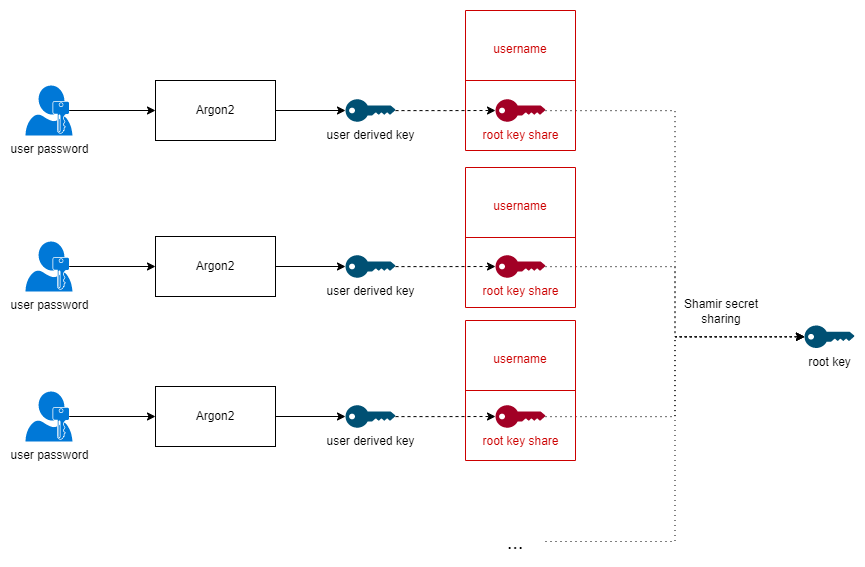
The draw.io diagram readme-images/Storage root key shares.drawio.png in damienmaier/encrypted-vault, before a commit. Source tidied: cells renumbered, new cells last; positions are measured from the earlier drawing's top-left corner, leaving out a move shared by most shapes.
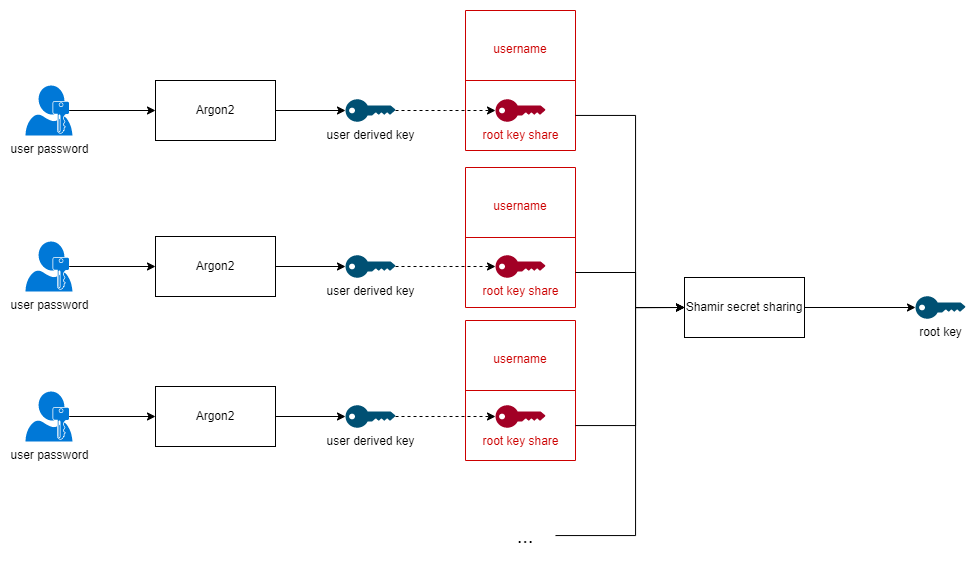
After the change.

Diff of the diagram source:
```diff
@@ -9,7 +9,7 @@
       <mxGeometry y="75" width="47" height="50" as="geometry" />
     </mxCell>
     <mxCell id="4" value="root key" style="points=[[0,0.5,0],[0.24,0,0],[0.5,0.28,0],[0.995,0.475,0],[0.5,0.72,0],[0.24,1,0]];verticalLabelPosition=bottom;sketch=0;html=1;verticalAlign=top;align=center;shape=mxgraph.cisco19.key;fillColor=#005073;strokeColor=none;" parent="1" vertex="1">
-      <mxGeometry x="779" y="315" width="50" height="22.5" as="geometry" />
+      <mxGeometry x="890" y="285.8" width="50" height="22.5" as="geometry" />
     </mxCell>
     <mxCell id="5" style="edgeStyle=orthogonalEdgeStyle;rounded=0;jettySize=auto;html=1;entryX=0;entryY=0.5;entryDx=0;entryDy=0;entryPerimeter=0;" parent="1" edge="1" source="6" target="8">
       <mxGeometry relative="1" as="geometry" />
@@ -23,9 +23,6 @@
     <mxCell id="8" value="user derived key" style="points=[[0,0.5,0],[0.24,0,0],[0.5,0.28,0],[0.995,0.475,0],[0.5,0.72,0],[0.24,1,0]];verticalLabelPosition=bottom;sketch=0;html=1;verticalAlign=top;align=center;shape=mxgraph.cisco19.key;fillColor=#005073;strokeColor=none;" parent="1" vertex="1">
       <mxGeometry x="320" y="88.8" width="50" height="22.5" as="geometry" />
     </mxCell>
-    <mxCell id="9" style="edgeStyle=orthogonalEdgeStyle;rounded=0;jettySize=auto;html=1;entryX=0;entryY=0.5;entryDx=0;entryDy=0;entryPerimeter=0;dashed=1;dashPattern=1 4;" parent="1" edge="1" source="10" target="4">
-      <mxGeometry relative="1" as="geometry" />
-    </mxCell>
     <mxCell id="10" value="&lt;font color=&quot;#cc0000&quot;&gt;root key share&lt;/font&gt;" style="points=[[0,0.5,0],[0.24,0,0],[0.5,0.28,0],[0.995,0.475,0],[0.5,0.72,0],[0.24,1,0]];verticalLabelPosition=bottom;sketch=0;html=1;verticalAlign=top;align=center;shape=mxgraph.cisco19.key;fillColor=#a20025;strokeColor=#6F0000;fontColor=#ffffff;" parent="1" vertex="1">
       <mxGeometry x="470" y="88.8" width="50" height="22.5" as="geometry" />
     </mxCell>
@@ -47,9 +44,6 @@
     <mxCell id="16" value="user derived key" style="points=[[0,0.5,0],[0.24,0,0],[0.5,0.28,0],[0.995,0.475,0],[0.5,0.72,0],[0.24,1,0]];verticalLabelPosition=bottom;sketch=0;html=1;verticalAlign=top;align=center;shape=mxgraph.cisco19.key;fillColor=#005073;strokeColor=none;" parent="1" vertex="1">
       <mxGeometry x="320" y="244.8" width="50" height="22.5" as="geometry" />
     </mxCell>
-    <mxCell id="17" style="edgeStyle=orthogonalEdgeStyle;rounded=0;jettySize=auto;html=1;entryX=0;entryY=0.5;entryDx=0;entryDy=0;entryPerimeter=0;dashed=1;dashPattern=1 4;" parent="1" edge="1" source="18" target="4">
-      <mxGeometry relative="1" as="geometry" />
-    </mxCell>
     <mxCell id="18" value="&lt;font color=&quot;#cc0000&quot;&gt;root key share&lt;/font&gt;" style="points=[[0,0.5,0],[0.24,0,0],[0.5,0.28,0],[0.995,0.475,0],[0.5,0.72,0],[0.24,1,0]];verticalLabelPosition=bottom;sketch=0;html=1;verticalAlign=top;align=center;shape=mxgraph.cisco19.key;fillColor=#a20025;strokeColor=#6F0000;fontColor=#ffffff;" parent="1" vertex="1">
       <mxGeometry x="470" y="244.8" width="50" height="22.5" as="geometry" />
     </mxCell>
@@ -71,17 +65,19 @@
     <mxCell id="24" value="user derived key" style="points=[[0,0.5,0],[0.24,0,0],[0.5,0.28,0],[0.995,0.475,0],[0.5,0.72,0],[0.24,1,0]];verticalLabelPosition=bottom;sketch=0;html=1;verticalAlign=top;align=center;shape=mxgraph.cisco19.key;fillColor=#005073;strokeColor=none;" parent="1" vertex="1">
       <mxGeometry x="320" y="394.8" width="50" height="22.5" as="geometry" />
     </mxCell>
-    <mxCell id="25" style="edgeStyle=orthogonalEdgeStyle;rounded=0;jettySize=auto;html=1;entryX=0;entryY=0.5;entryDx=0;entryDy=0;entryPerimeter=0;dashed=1;dashPattern=1 4;" parent="1" edge="1" source="26" target="4">
-      <mxGeometry relative="1" as="geometry" />
-    </mxCell>
     <mxCell id="26" value="&lt;font color=&quot;#cc0000&quot;&gt;root key share&lt;/font&gt;" style="points=[[0,0.5,0],[0.24,0,0],[0.5,0.28,0],[0.995,0.475,0],[0.5,0.72,0],[0.24,1,0]];verticalLabelPosition=bottom;sketch=0;html=1;verticalAlign=top;align=center;shape=mxgraph.cisco19.key;fillColor=#a20025;strokeColor=#6F0000;fontColor=#ffffff;" parent="1" vertex="1">
       <mxGeometry x="470" y="394.8" width="50" height="22.5" as="geometry" />
     </mxCell>
-    <mxCell id="27" style="edgeStyle=orthogonalEdgeStyle;rounded=0;jettySize=auto;html=1;entryX=0;entryY=0.5;entryDx=0;entryDy=0;entryPerimeter=0;dashed=1;dashPattern=1 4;fontSize=20;" parent="1" edge="1" source="28" target="4">
-      <mxGeometry relative="1" as="geometry" />
-    </mxCell>
+    <mxCell id="45" style="edgeStyle=orthogonalEdgeStyle;rounded=0;jettySize=auto;html=1;entryX=0;entryY=0.5;entryDx=0;entryDy=0;" parent="1" edge="1" source="28" target="44">
+      <mxGeometry relative="1" as="geometry">
+        <Array as="points">
+          <mxPoint x="610" y="525" />
+          <mxPoint x="610" y="297" />
+        </Array>
+      </mxGeometry>
+    </mxCell>
     <mxCell id="28" value="&lt;font style=&quot;font-size: 20px;&quot;&gt;...&lt;/font&gt;" style="text;html=1;strokeColor=none;fillColor=none;align=center;verticalAlign=middle;whiteSpace=wrap;rounded=0;" parent="1" vertex="1">
-      <mxGeometry x="460" y="516" width="60" height="30" as="geometry" />
+      <mxGeometry x="470" y="510" width="60" height="30" as="geometry" />
     </mxCell>
     <mxCell id="29" style="shape=table;startSize=0;fontSize=20;fillColor=none;strokeColor=#CC0000;" parent="1" vertex="1">
       <mxGeometry x="440" width="110" height="140" as="geometry" />
@@ -128,8 +124,35 @@
     <mxCell id="43" style="shape=partialRectangle;html=1;whiteSpace=wrap;overflow=hidden;fillColor=none;top=0;left=0;bottom=0;right=0;strokeColor=#B85450;fontSize=20;fontColor=#CC0000;" parent="42" vertex="1">
       <mxGeometry width="110" height="70" as="geometry" />
     </mxCell>
+    <mxCell id="46" style="edgeStyle=orthogonalEdgeStyle;rounded=0;jettySize=auto;html=1;entryX=0;entryY=0.5;entryDx=0;entryDy=0;entryPerimeter=0;" parent="1" edge="1" source="44" target="4">
+      <mxGeometry relative="1" as="geometry" />
+    </mxCell>
-    <mxCell id="44" value="&lt;font color=&quot;#000000&quot;&gt;Shamir secret sharing&lt;/font&gt;" style="text;html=1;strokeColor=none;fillColor=none;align=center;verticalAlign=middle;whiteSpace=wrap;rounded=0;fontSize=12;fontColor=#CC0000;" parent="1" vertex="1">
-      <mxGeometry x="657" y="286" width="78" height="30" as="geometry" />
+    <mxCell id="44" value="Shamir secret sharing" style="rounded=0;whiteSpace=wrap;html=1;" parent="1" vertex="1">
+      <mxGeometry x="659" y="267" width="120" height="60" as="geometry" />
     </mxCell>
+    <mxCell id="47" style="edgeStyle=orthogonalEdgeStyle;rounded=0;jettySize=auto;html=1;entryX=0;entryY=0.5;entryDx=0;entryDy=0;" parent="1" edge="1" source="42" target="44">
+      <mxGeometry relative="1" as="geometry">
+        <Array as="points">
+          <mxPoint x="610" y="415" />
+          <mxPoint x="610" y="297" />
+        </Array>
+      </mxGeometry>
+    </mxCell>
+    <mxCell id="48" style="edgeStyle=orthogonalEdgeStyle;rounded=0;jettySize=auto;html=1;entryX=0;entryY=0.5;entryDx=0;entryDy=0;" parent="1" edge="1" source="37" target="44">
+      <mxGeometry relative="1" as="geometry">
+        <Array as="points">
+          <mxPoint x="610" y="262" />
+          <mxPoint x="610" y="297" />
+        </Array>
+      </mxGeometry>
+    </mxCell>
+    <mxCell id="49" style="edgeStyle=orthogonalEdgeStyle;rounded=0;jettySize=auto;html=1;entryX=0;entryY=0.5;entryDx=0;entryDy=0;" parent="1" edge="1" source="32" target="44">
+      <mxGeometry relative="1" as="geometry">
+        <Array as="points">
+          <mxPoint x="610" y="105" />
+          <mxPoint x="610" y="297" />
+        </Array>
+      </mxGeometry>
+    </mxCell>
   </root>
 </mxGraphModel>
```
